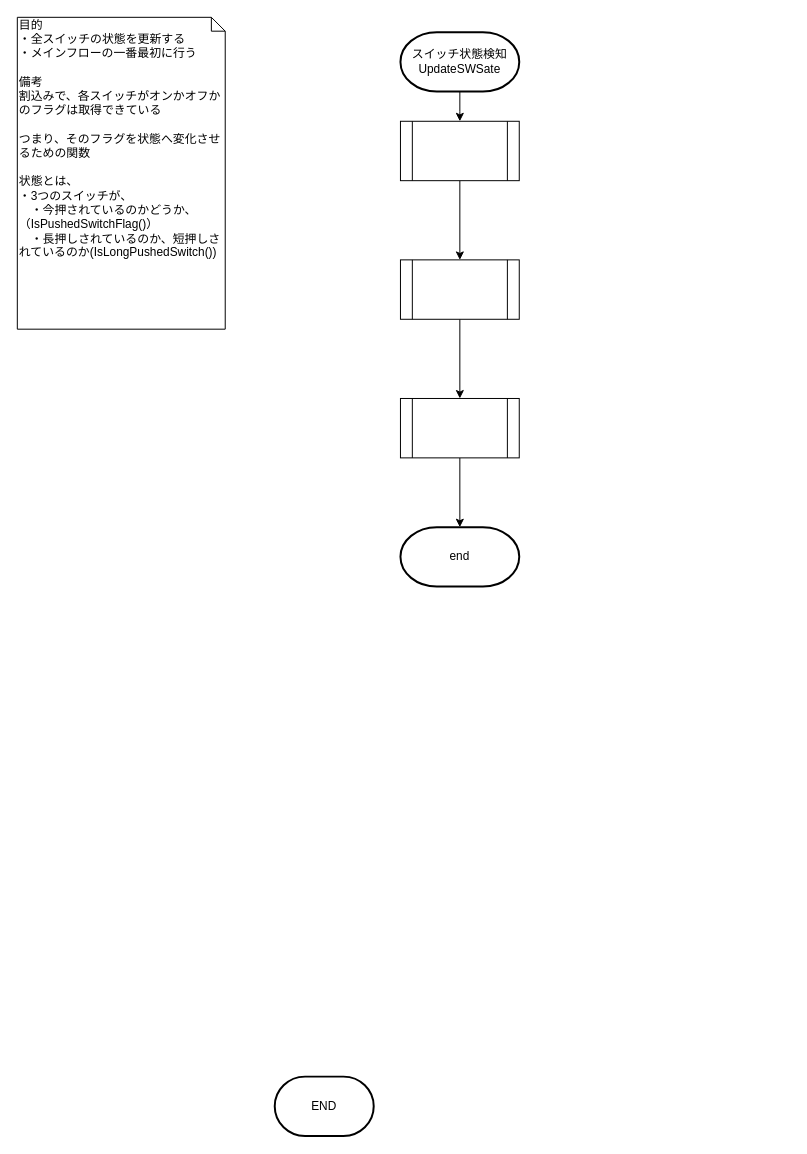
Earlier version of the draw.io diagram page "スイッチ状態検知" (2 of 7) of 資料/設計/フローチャート/InputClass/flowchart_InputClassv0.3.drawio (hakohumi/comp.Kitchen_Timer). Source tidied: cells renumbered, new cells numbered last; positions are measured from the earlier drawing's top-left corner, leaving out a move shared by most shapes. Both pictures are drawn from the tidied source at 99%, with x=0, y=0 at pixel (17, 17).
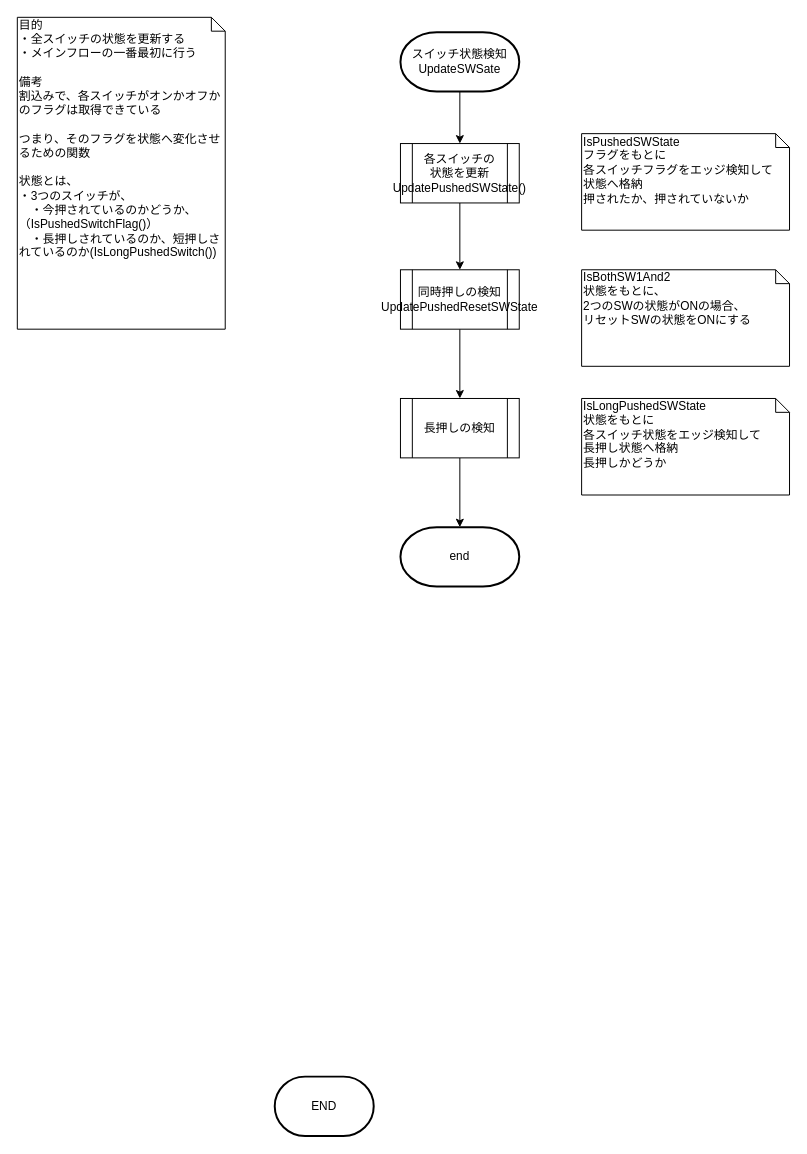
The same page after the edit.

Commit message (it also covers changes not shown here):
クラス図の作成

Change to the diagram source:
```diff
@@
 <mxGraphModel>
   <root>
     <mxCell id="0" />
     <mxCell id="1" parent="0" />
-    <mxCell id="2" style="edgeStyle=orthogonalEdgeStyle;rounded=0;jettySize=auto;html=1;" parent="1" edge="1" source="3">
-      <mxGeometry relative="1" as="geometry">
-        <mxPoint x="447" y="105" as="targetPoint" />
-      </mxGeometry>
+    <mxCell id="2" style="edgeStyle=orthogonalEdgeStyle;rounded=0;jettySize=auto;html=1;" parent="1" edge="1" source="3" target="7">
+      <mxGeometry relative="1" as="geometry" />
     </mxCell>
     <mxCell id="3" value="スイッチ状態検知&lt;br&gt;UpdateSWSate" style="strokeWidth=2;html=1;shape=mxgraph.flowchart.terminator;whiteSpace=wrap;" parent="1" vertex="1">
       <mxGeometry x="387" y="15" width="120" height="60" as="geometry" />
     </mxCell>
     <mxCell id="4" value="目的&lt;br&gt;・全スイッチの状態を更新する&lt;br&gt;・メインフローの一番最初に行う&lt;br&gt;&lt;br&gt;備考&lt;br&gt;割込みで、各スイッチがオンかオフかのフラグは取得できている&lt;br&gt;&lt;br&gt;つまり、そのフラグを状態へ変化させるための関数&lt;br&gt;&lt;br&gt;状態とは、&lt;br&gt;・3つのスイッチが、&lt;br&gt;　・今押されているのかどうか、（IsPushedSwitchFlag()）&lt;br&gt;　・長押しされているのか、短押しされているのか(IsLongPushedSwitch())" style="shape=note;whiteSpace=wrap;html=1;size=14;verticalAlign=top;align=left;spacingTop=-6;" parent="1" vertex="1">
       <mxGeometry width="210" height="315" as="geometry" />
     </mxCell>
     <mxCell id="5" value="END" style="strokeWidth=2;html=1;shape=mxgraph.flowchart.terminator;whiteSpace=wrap;" parent="1" vertex="1">
       <mxGeometry x="260" y="1070" width="100" height="60" as="geometry" />
     </mxCell>
     <mxCell id="6" style="edgeStyle=orthogonalEdgeStyle;rounded=0;jettySize=auto;html=1;" parent="1" edge="1" source="7" target="9">
       <mxGeometry relative="1" as="geometry" />
     </mxCell>
-    <mxCell id="7" style="shape=process;whiteSpace=wrap;html=1;backgroundOutline=1;" parent="1" vertex="1">
-      <mxGeometry x="387" y="105" width="120" height="60" as="geometry" />
+    <mxCell id="7" value="各スイッチの&lt;br&gt;状態を更新&lt;br&gt;UpdatePushedSWState()" style="shape=process;whiteSpace=wrap;html=1;backgroundOutline=1;" parent="1" vertex="1">
+      <mxGeometry x="387" y="127.5" width="120" height="60" as="geometry" />
     </mxCell>
     <mxCell id="8" style="edgeStyle=orthogonalEdgeStyle;rounded=0;jettySize=auto;html=1;" parent="1" edge="1" source="9" target="11">
       <mxGeometry relative="1" as="geometry" />
     </mxCell>
-    <mxCell id="9" style="shape=process;whiteSpace=wrap;html=1;backgroundOutline=1;" parent="1" vertex="1">
-      <mxGeometry x="387" y="245" width="120" height="60" as="geometry" />
+    <mxCell id="9" value="同時押しの検知&lt;br&gt;UpdatePushedResetSWState" style="shape=process;whiteSpace=wrap;html=1;backgroundOutline=1;" parent="1" vertex="1">
+      <mxGeometry x="387" y="255" width="120" height="60" as="geometry" />
     </mxCell>
     <mxCell id="10" style="edgeStyle=orthogonalEdgeStyle;rounded=0;jettySize=auto;html=1;" parent="1" edge="1" source="11" target="12">
       <mxGeometry relative="1" as="geometry" />
     </mxCell>
-    <mxCell id="11" style="shape=process;whiteSpace=wrap;html=1;backgroundOutline=1;" parent="1" vertex="1">
+    <mxCell id="11" value="長押しの検知" style="shape=process;whiteSpace=wrap;html=1;backgroundOutline=1;" parent="1" vertex="1">
       <mxGeometry x="387" y="385" width="120" height="60" as="geometry" />
     </mxCell>
     <mxCell id="12" value="end" style="strokeWidth=2;html=1;shape=mxgraph.flowchart.terminator;whiteSpace=wrap;" parent="1" vertex="1">
       <mxGeometry x="387" y="515" width="120" height="60" as="geometry" />
     </mxCell>
+    <mxCell id="13" value="IsPushedSWState&lt;br&gt;フラグをもとに&lt;br&gt;各スイッチフラグをエッジ検知して&lt;br&gt;状態へ格納&lt;br&gt;押されたか、押されていないか" style="shape=note;whiteSpace=wrap;html=1;size=14;verticalAlign=top;align=left;spacingTop=-6;" parent="1" vertex="1">
+      <mxGeometry x="570" y="117.5" width="210" height="97.5" as="geometry" />
+    </mxCell>
+    <mxCell id="14" value="IsBothSW1And2&lt;br&gt;状態をもとに、&lt;br&gt;2つのSWの状態がONの場合、&lt;br&gt;リセットSWの状態をONにする" style="shape=note;whiteSpace=wrap;html=1;size=14;verticalAlign=top;align=left;spacingTop=-6;" parent="1" vertex="1">
+      <mxGeometry x="570" y="255" width="210" height="97.5" as="geometry" />
+    </mxCell>
+    <mxCell id="15" value="IsLongPushedSWState&lt;br&gt;状態をもとに&lt;br&gt;各スイッチ状態をエッジ検知して&lt;br&gt;長押し状態へ格納&lt;br&gt;長押しかどうか" style="shape=note;whiteSpace=wrap;html=1;size=14;verticalAlign=top;align=left;spacingTop=-6;" parent="1" vertex="1">
+      <mxGeometry x="570" y="385" width="210" height="97.5" as="geometry" />
+    </mxCell>
   </root>
 </mxGraphModel>
```
